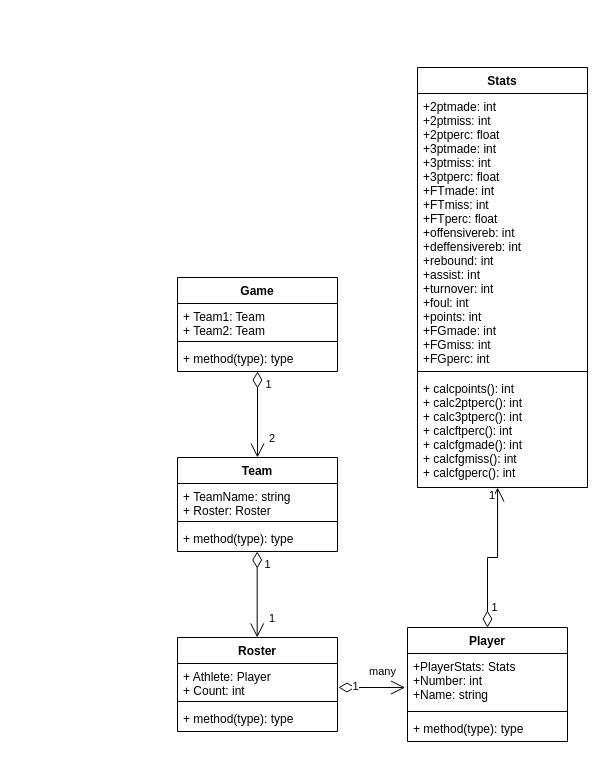
Before: UML.drawio in Fredliss/IA_Basketball_Stats, a draw.io diagram. Source tidied: cells renumbered, new cells numbered last; positions are measured from the earlier drawing's top-left corner, leaving out a move shared by most shapes. Both pictures are drawn from the tidied source at 100%, with x=0, y=0 at pixel (177, 67).
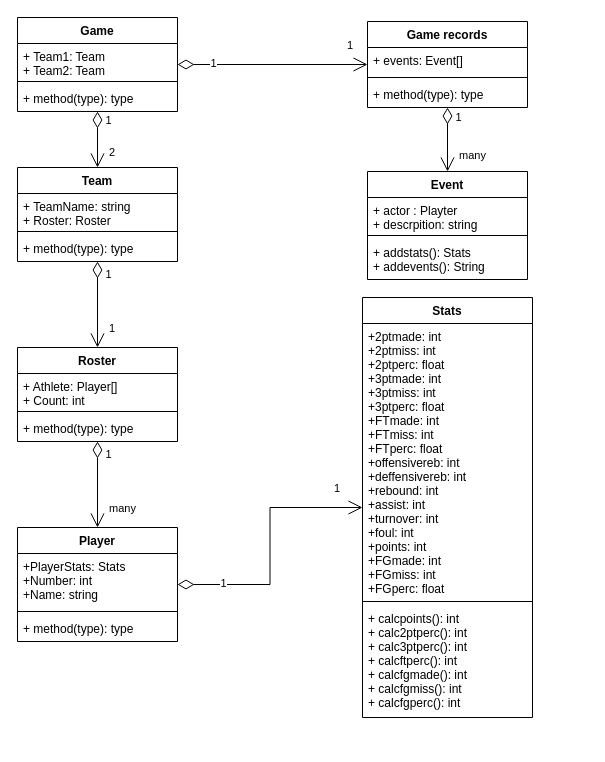
Above is the later version.

The change refers to these unchanged cells:
```xml
<mxCell id="15" value="+PlayerStats: Stats&#10;+Number: int&#10;+Name: string" style="text;strokeColor=none;fillColor=none;align=left;verticalAlign=top;spacingLeft=4;spacingRight=4;overflow=hidden;points=[[0,0.5],[1,0.5]];portConstraint=eastwest;" parent="14" vertex="1">
  <mxGeometry y="26" width="160" height="54" as="geometry" />
</mxCell>
<mxCell id="21" value="+ calcpoints(): int&#10;+ calc2ptperc(): int&#10;+ calc3ptperc(): int&#10;+ calcftperc(): int&#10;+ calcfgmade(): int&#10;+ calcfgmiss(): int&#10;+ calcfgperc(): int" style="text;strokeColor=none;fillColor=none;align=left;verticalAlign=top;spacingLeft=4;spacingRight=4;overflow=hidden;points=[[0,0.5],[1,0.5]];portConstraint=eastwest;" parent="18" vertex="1">
  <mxGeometry y="308" width="170" height="112" as="geometry" />
</mxCell>
```

The edit, as a diff of the source:
```diff
@@
     <mxCell id="2" value="Game" style="swimlane;fontStyle=1;align=center;verticalAlign=top;horizontal=1;startSize=26;" parent="1" vertex="1">
-      <mxGeometry y="210" width="160" height="94" as="geometry" />
+      <mxGeometry x="-160" y="-50" width="160" height="94" as="geometry" />
     </mxCell>
@@
     <mxCell id="6" value="Team" style="swimlane;fontStyle=1;align=center;verticalAlign=top;horizontal=1;startSize=26;" parent="1" vertex="1">
-      <mxGeometry y="390" width="160" height="94" as="geometry" />
+      <mxGeometry x="-160" y="100" width="160" height="94" as="geometry" />
     </mxCell>
@@
     <mxCell id="10" value="Roster" style="swimlane;fontStyle=1;align=center;verticalAlign=top;horizontal=1;startSize=26;" parent="1" vertex="1">
-      <mxGeometry y="570" width="160" height="94" as="geometry" />
+      <mxGeometry x="-160" y="280" width="160" height="94" as="geometry" />
     </mxCell>
-    <mxCell id="11" value="+ Athlete: Player&#10;+ Count: int" style="text;strokeColor=none;fillColor=none;align=left;verticalAlign=top;spacingLeft=4;spacingRight=4;overflow=hidden;points=[[0,0.5],[1,0.5]];portConstraint=eastwest;" parent="10" vertex="1">
+    <mxCell id="11" value="+ Athlete: Player[]&#10;+ Count: int" style="text;strokeColor=none;fillColor=none;align=left;verticalAlign=top;spacingLeft=4;spacingRight=4;overflow=hidden;points=[[0,0.5],[1,0.5]];portConstraint=eastwest;" parent="10" vertex="1">
       <mxGeometry y="26" width="160" height="34" as="geometry" />
     </mxCell>
@@
     <mxCell id="14" value="Player" style="swimlane;fontStyle=1;align=center;verticalAlign=top;horizontal=1;startSize=26;" parent="1" vertex="1">
-      <mxGeometry x="230" y="560" width="160" height="114" as="geometry" />
+      <mxGeometry x="-160" y="460" width="160" height="114" as="geometry" />
     </mxCell>
@@
     <mxCell id="18" value="Stats" style="swimlane;fontStyle=1;align=center;verticalAlign=top;horizontal=1;startSize=26;" parent="1" vertex="1">
-      <mxGeometry x="240" width="170" height="420" as="geometry" />
+      <mxGeometry x="185" y="230" width="170" height="420" as="geometry" />
     </mxCell>
-    <mxCell id="19" value="+2ptmade: int&#10;+2ptmiss: int&#10;+2ptperc: float&#10;+3ptmade: int&#10;+3ptmiss: int&#10;+3ptperc: float&#10;+FTmade: int&#10;+FTmiss: int&#10;+FTperc: float&#10;+offensivereb: int&#10;+deffensivereb: int&#10;+rebound: int&#10;+assist: int&#10;+turnover: int&#10;+foul: int&#10;+points: int&#10;+FGmade: int&#10;+FGmiss: int&#10;+FGperc: int" style="text;strokeColor=none;fillColor=none;align=left;verticalAlign=top;spacingLeft=4;spacingRight=4;overflow=hidden;" parent="18" vertex="1">
+    <mxCell id="19" value="+2ptmade: int&#10;+2ptmiss: int&#10;+2ptperc: float&#10;+3ptmade: int&#10;+3ptmiss: int&#10;+3ptperc: float&#10;+FTmade: int&#10;+FTmiss: int&#10;+FTperc: float&#10;+offensivereb: int&#10;+deffensivereb: int&#10;+rebound: int&#10;+assist: int&#10;+turnover: int&#10;+foul: int&#10;+points: int&#10;+FGmade: int&#10;+FGmiss: int&#10;+FGperc: float" style="text;strokeColor=none;fillColor=none;align=left;verticalAlign=top;spacingLeft=4;spacingRight=4;overflow=hidden;" parent="18" vertex="1">
       <mxGeometry y="26" width="170" height="274" as="geometry" />
     </mxCell>
@@
-    <mxCell id="24" value="1" style="endArrow=open;html=1;endSize=12;startArrow=diamondThin;startSize=14;startFill=0;edgeStyle=orthogonalEdgeStyle;align=left;verticalAlign=bottom;rounded=0;exitX=0.5;exitY=1;exitDx=0;exitDy=0;entryX=0.5;entryY=0;entryDx=0;entryDy=0;" parent="1" edge="1">
-      <mxGeometry x="0.77" y="10" relative="1" as="geometry">
-        <mxPoint x="79.7" y="484" as="sourcePoint" />
-        <mxPoint x="79.7" y="570" as="targetPoint" />
-      </mxGeometry>
+    <mxCell id="24" value="1" style="endArrow=open;html=1;endSize=12;startArrow=diamondThin;startSize=14;startFill=0;edgeStyle=orthogonalEdgeStyle;align=left;verticalAlign=bottom;rounded=0;" parent="1" edge="1" source="6" target="10">
+      <mxGeometry x="0.77" y="10" relative="1" as="geometry" />
     </mxCell>
@@
-    <mxCell id="26" value="many" style="endArrow=open;html=1;endSize=12;startArrow=diamondThin;startSize=14;startFill=0;edgeStyle=orthogonalEdgeStyle;align=left;verticalAlign=bottom;rounded=0;exitX=1.006;exitY=0.706;exitDx=0;exitDy=0;entryX=-0.015;entryY=0.63;entryDx=0;entryDy=0;entryPerimeter=0;exitPerimeter=0;" parent="1" edge="1" source="11" target="15">
-      <mxGeometry x="-0.13" y="7" relative="1" as="geometry" />
+    <mxCell id="26" value="many" style="endArrow=open;html=1;endSize=12;startArrow=diamondThin;startSize=14;startFill=0;edgeStyle=orthogonalEdgeStyle;align=left;verticalAlign=bottom;rounded=0;entryX=0.5;entryY=0;entryDx=0;entryDy=0;" parent="1" edge="1" source="10" target="14">
+      <mxGeometry x="0.77" y="10" relative="1" as="geometry" />
     </mxCell>
@@
-    <mxCell id="28" value="1" style="endArrow=open;html=1;endSize=12;startArrow=diamondThin;startSize=14;startFill=0;edgeStyle=orthogonalEdgeStyle;align=left;verticalAlign=bottom;rounded=0;exitX=0.5;exitY=0;exitDx=0;exitDy=0;entryX=0.471;entryY=1;entryDx=0;entryDy=0;entryPerimeter=0;" parent="1" edge="1" source="14" target="21">
+    <mxCell id="28" value="1" style="endArrow=open;html=1;endSize=12;startArrow=diamondThin;startSize=14;startFill=0;edgeStyle=orthogonalEdgeStyle;align=left;verticalAlign=bottom;rounded=0;" parent="1" edge="1" source="14" target="18">
       <mxGeometry x="0.77" y="10" relative="1" as="geometry" />
     </mxCell>
@@
+    <mxCell id="30" value="Game records" style="swimlane;fontStyle=1;align=center;verticalAlign=top;horizontal=1;startSize=26;" parent="1" vertex="1">
+      <mxGeometry x="190" y="-46" width="160" height="86" as="geometry" />
+    </mxCell>
+    <mxCell id="31" value="+ events: Event[]" style="text;strokeColor=none;fillColor=none;align=left;verticalAlign=top;spacingLeft=4;spacingRight=4;overflow=hidden;" parent="30" vertex="1">
+      <mxGeometry y="26" width="160" height="26" as="geometry" />
+    </mxCell>
+    <mxCell id="32" style="line;strokeWidth=1;fillColor=none;align=left;verticalAlign=middle;spacingTop=-1;spacingLeft=3;spacingRight=3;labelPosition=right;" parent="30" vertex="1">
+      <mxGeometry y="52" width="160" height="8" as="geometry" />
+    </mxCell>
+    <mxCell id="33" value="+ method(type): type" style="text;strokeColor=none;fillColor=none;align=left;verticalAlign=top;spacingLeft=4;spacingRight=4;overflow=hidden;" parent="30" vertex="1">
+      <mxGeometry y="60" width="160" height="26" as="geometry" />
+    </mxCell>
+    <mxCell id="34" value="1" style="endArrow=open;html=1;endSize=12;startArrow=diamondThin;startSize=14;startFill=0;edgeStyle=orthogonalEdgeStyle;align=left;verticalAlign=bottom;rounded=0;" parent="1" edge="1" source="2" target="30">
+      <mxGeometry x="0.77" y="10" relative="1" as="geometry" />
+    </mxCell>
+    <mxCell id="35" value="1" style="edgeLabel;html=1;align=center;verticalAlign=middle;" parent="34" vertex="1">
+      <mxGeometry x="-0.72" y="2" relative="1" as="geometry">
+        <mxPoint x="8" as="offset" />
+      </mxGeometry>
+    </mxCell>
+    <mxCell id="36" value="Event" style="swimlane;fontStyle=1;align=center;verticalAlign=top;horizontal=1;startSize=26;" parent="1" vertex="1">
+      <mxGeometry x="190" y="104" width="160" height="108" as="geometry" />
+    </mxCell>
+    <mxCell id="37" value="+ actor : Playter&#10;+ descrpition: string" style="text;strokeColor=none;fillColor=none;align=left;verticalAlign=top;spacingLeft=4;spacingRight=4;overflow=hidden;" parent="36" vertex="1">
+      <mxGeometry y="26" width="160" height="34" as="geometry" />
+    </mxCell>
+    <mxCell id="38" style="line;strokeWidth=1;fillColor=none;align=left;verticalAlign=middle;spacingTop=-1;spacingLeft=3;spacingRight=3;labelPosition=right;" parent="36" vertex="1">
+      <mxGeometry y="60" width="160" height="8" as="geometry" />
+    </mxCell>
+    <mxCell id="39" value="+ addstats(): Stats&#10;+ addevents(): String" style="text;strokeColor=none;fillColor=none;align=left;verticalAlign=top;spacingLeft=4;spacingRight=4;overflow=hidden;" parent="36" vertex="1">
+      <mxGeometry y="68" width="160" height="40" as="geometry" />
+    </mxCell>
+    <mxCell id="40" value="many" style="endArrow=open;html=1;endSize=12;startArrow=diamondThin;startSize=14;startFill=0;edgeStyle=orthogonalEdgeStyle;align=left;verticalAlign=bottom;rounded=0;" parent="1" edge="1" source="30" target="36">
+      <mxGeometry x="0.77" y="10" relative="1" as="geometry" />
+    </mxCell>
+    <mxCell id="41" value="1" style="edgeLabel;html=1;align=center;verticalAlign=middle;" parent="40" vertex="1">
+      <mxGeometry x="-0.72" y="2" relative="1" as="geometry">
+        <mxPoint x="8" as="offset" />
+      </mxGeometry>
+    </mxCell>
```
